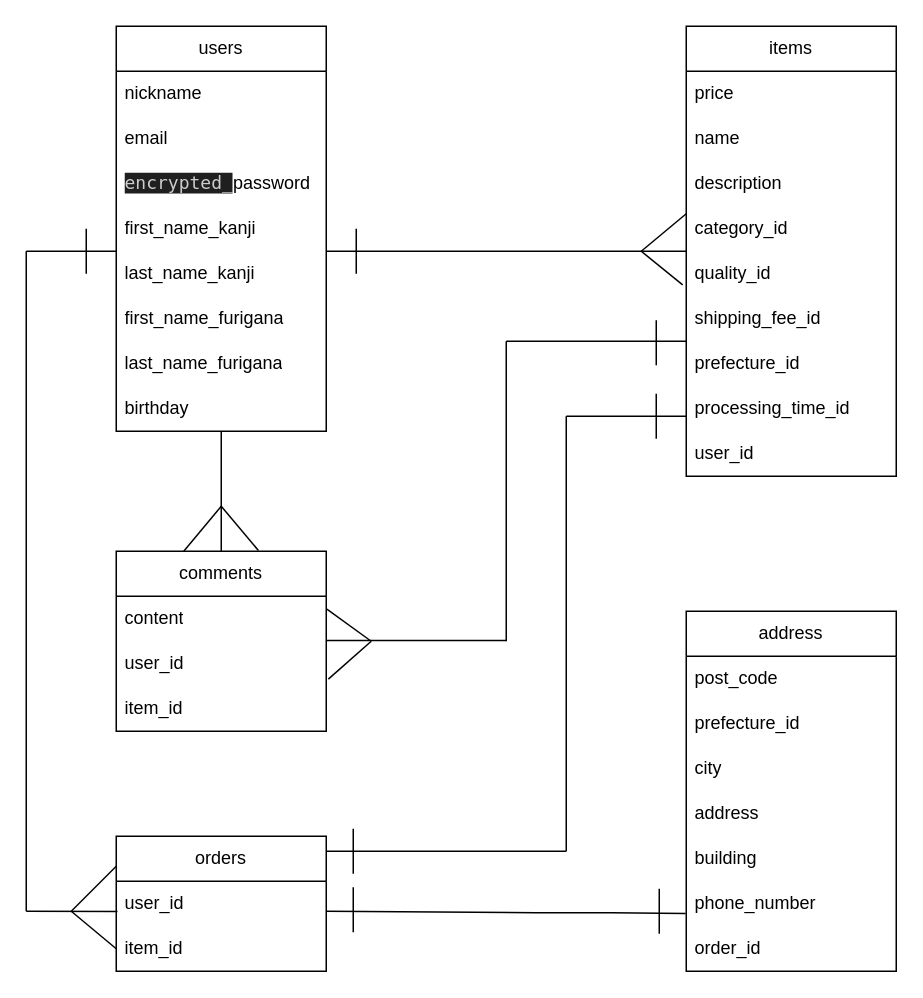
Above: ER.dio in takafumiTech/furima-39380 (draw.io), before the change. Source tidied: cells renumbered, new cells numbered last; positions are measured from the earlier drawing's top-left corner, leaving out a move shared by most shapes. Both pictures are drawn from the tidied source at 150%, with x=0, y=0 at pixel (26, 26).
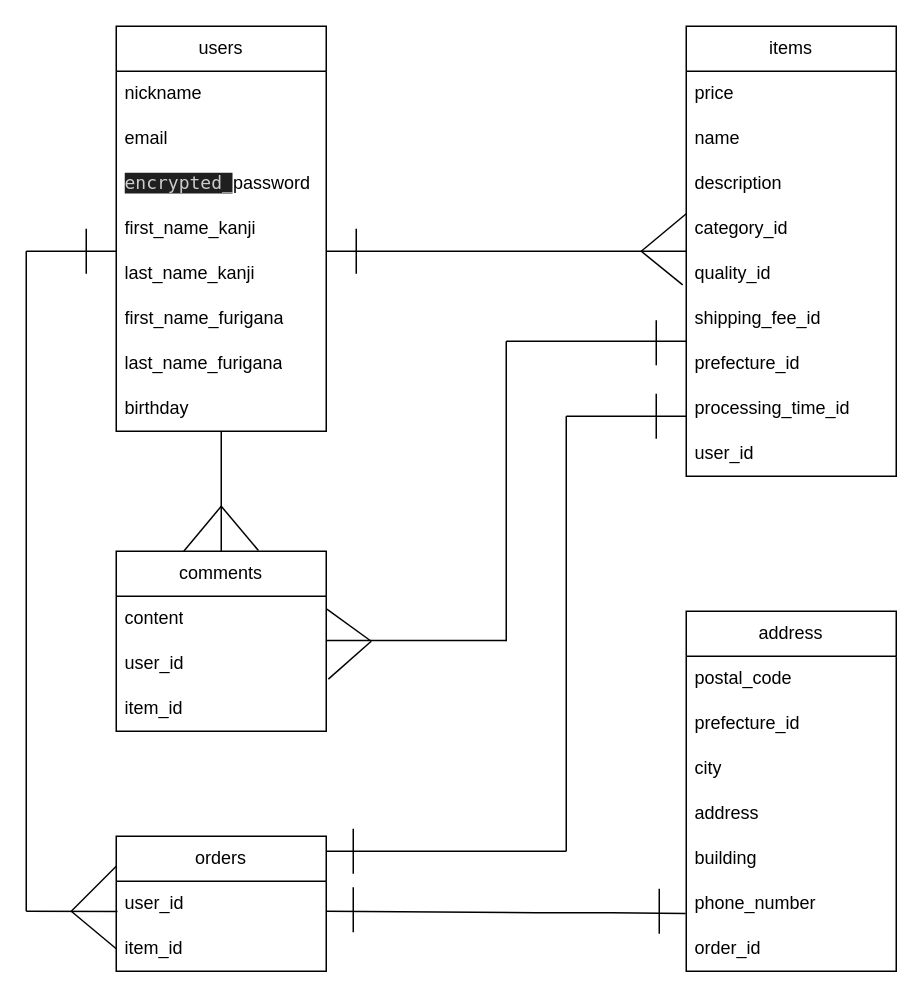
The same diagram, later.

The change refers to these unchanged cells:
```xml
<mxCell id="28" value="address" style="swimlane;fontStyle=0;horizontal=1;startSize=30;whiteSpace=wrap;html=1;" parent="1" vertex="1">
  <mxGeometry x="440" y="390" width="140" height="240" as="geometry" />
</mxCell>
```

Diff of the diagram source:
```diff
@@
-    <mxCell id="29" value="post_code" style="text;strokeColor=none;fillColor=none;align=left;verticalAlign=middle;spacingLeft=4;spacingRight=4;overflow=hidden;whiteSpace=wrap;html=1;" parent="28" vertex="1">
+    <mxCell id="29" value="postal_code" style="text;strokeColor=none;fillColor=none;align=left;verticalAlign=middle;spacingLeft=4;spacingRight=4;overflow=hidden;whiteSpace=wrap;html=1;" parent="28" vertex="1">
       <mxGeometry y="30" width="140" height="30" as="geometry" />
     </mxCell>
```
